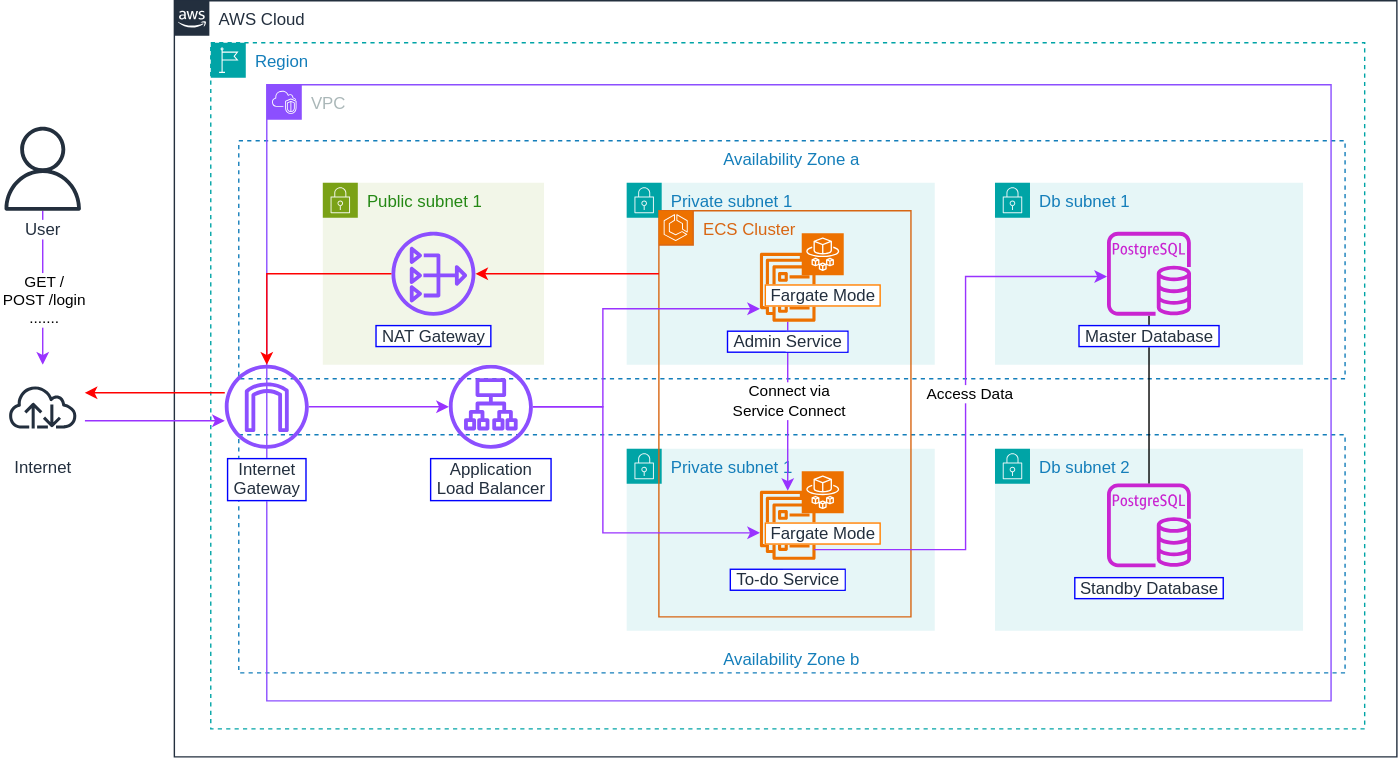
Before: static/images/archi-user.svg, a diagram exported from draw.io (weebNeedWeed/ws-deploying-spring-ecs-fargate). Source tidied: cells renumbered, new cells last; positions are measured from the earlier drawing's top-left corner, leaving out a move shared by most shapes.
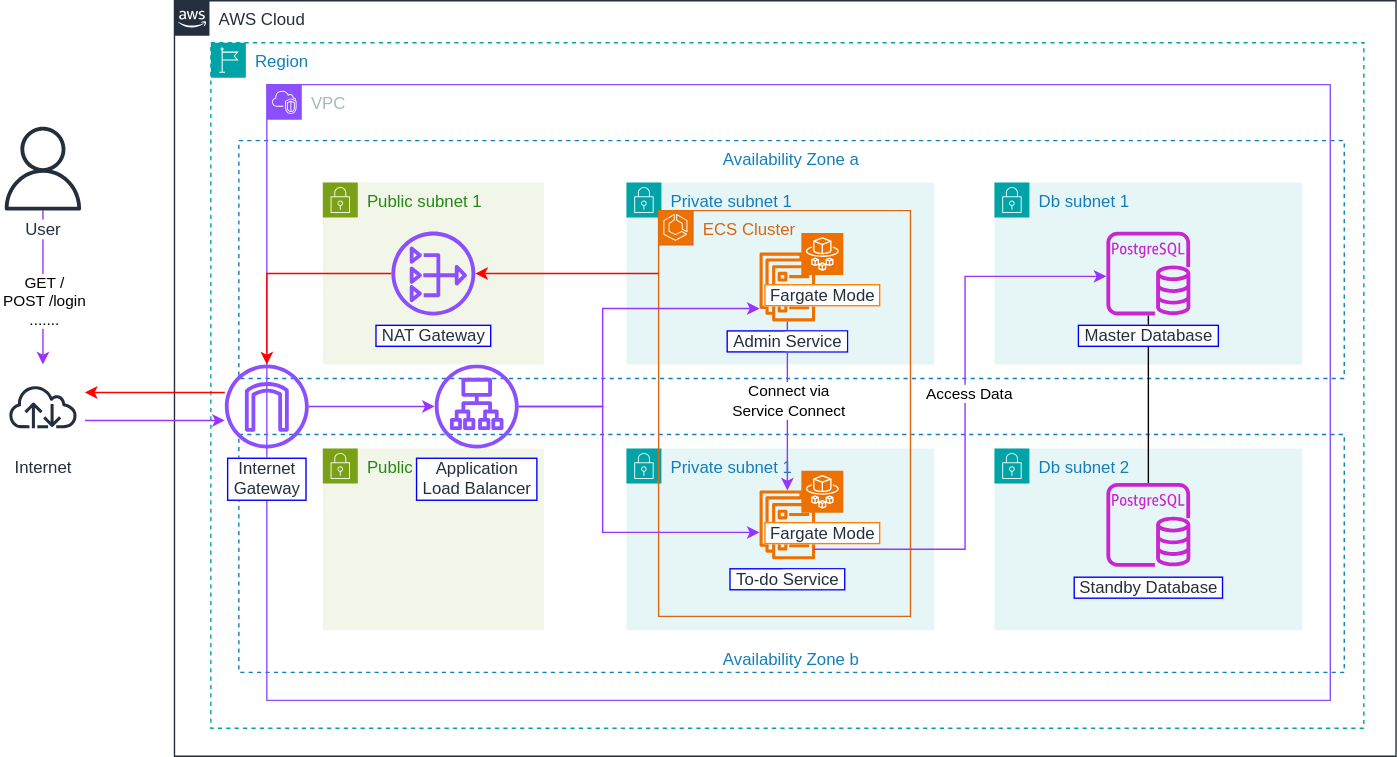
Above is the later version.

Diff of the diagram source:
```diff
@@ -23,6 +23,9 @@
     <mxCell id="8" value="VPC" style="gradientColor=none;html=1;whiteSpace=wrap;fontSize=12;fontStyle=0;shape=mxgraph.aws4.group;grIcon=mxgraph.aws4.group_vpc2;strokeColor=#8C4FFF;fillColor=none;verticalAlign=top;align=left;spacingLeft=30;fontColor=#AAB7B8;dashed=0;" parent="7" vertex="1">
       <mxGeometry x="40" y="30" width="760" height="440" as="geometry" />
     </mxCell>
+    <mxCell id="39" value="Public subnet 1" style="gradientColor=none;html=1;whiteSpace=wrap;fontSize=12;fontStyle=0;shape=mxgraph.aws4.group;grIcon=mxgraph.aws4.group_security_group;grStroke=0;strokeColor=#7AA116;fillColor=#F2F6E8;verticalAlign=top;align=left;spacingLeft=30;fontColor=#248814;dashed=0;" parent="8" vertex="1">
+      <mxGeometry x="40" y="260" width="158" height="130" as="geometry" />
+    </mxCell>
     <mxCell id="9" style="edgeStyle=orthogonalEdgeStyle;rounded=0;jettySize=auto;html=1;strokeColor=#9933FF;" parent="8" edge="1" source="10" target="24">
       <mxGeometry relative="1" as="geometry" />
     </mxCell>
@@ -79,7 +82,7 @@
       </mxGeometry>
     </mxCell>
     <mxCell id="24" value="Application&lt;div&gt;&amp;nbsp;Load Balancer&amp;nbsp;&lt;/div&gt;" style="sketch=0;outlineConnect=0;fontColor=#232F3E;gradientColor=none;fillColor=#8C4FFF;strokeColor=none;dashed=0;verticalLabelPosition=bottom;verticalAlign=top;align=center;html=1;fontSize=12;fontStyle=0;shape=mxgraph.aws4.application_load_balancer;labelBackgroundColor=default;labelBorderColor=#0000FF;" parent="8" vertex="1">
-      <mxGeometry x="130" y="200" width="60" height="60" as="geometry" />
+      <mxGeometry x="120" y="200" width="60" height="60" as="geometry" />
     </mxCell>
     <mxCell id="25" style="edgeStyle=orthogonalEdgeStyle;rounded=0;jettySize=auto;html=1;endArrow=none;startFill=0;" parent="8" edge="1" source="26" target="13">
       <mxGeometry relative="1" as="geometry" />
```
